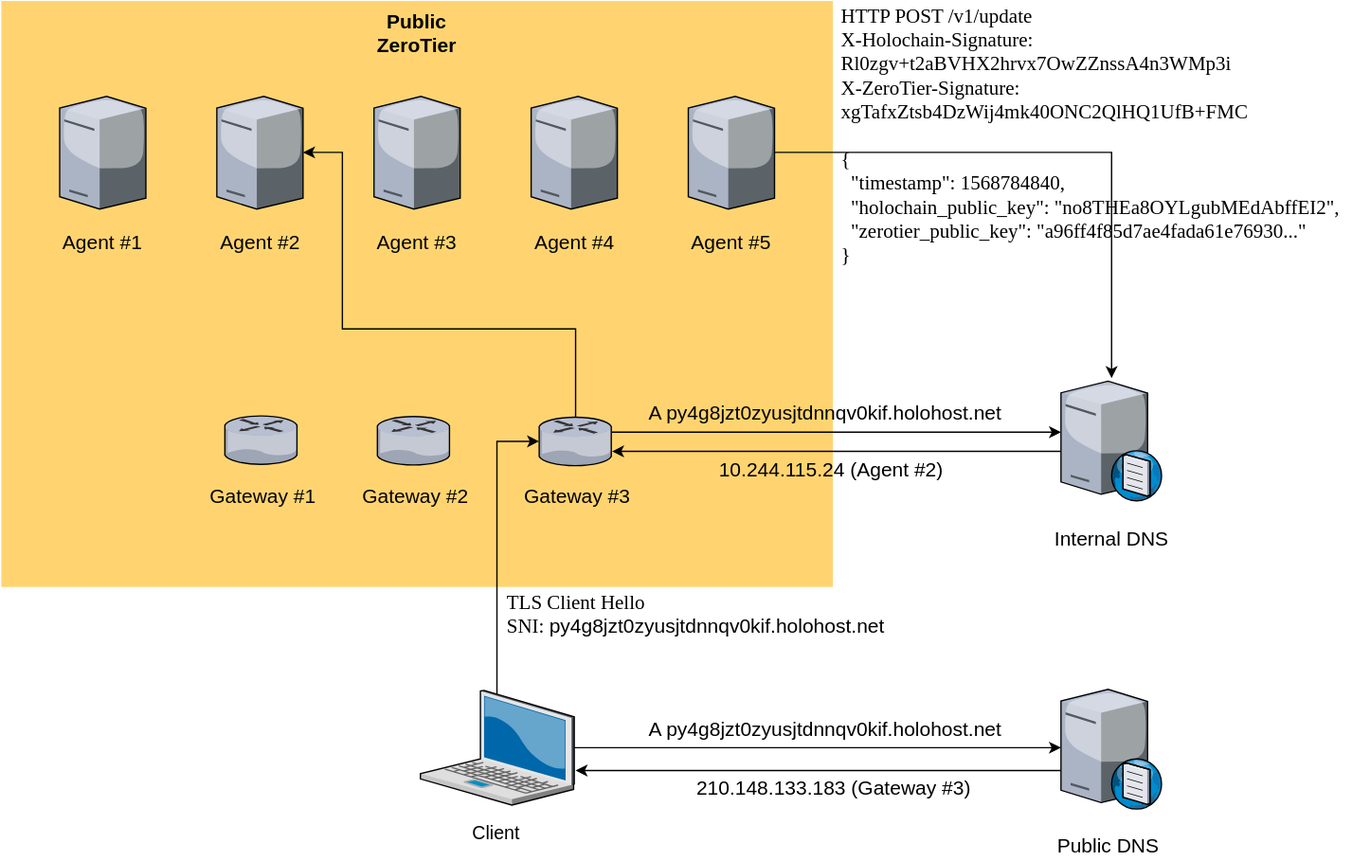
transumption-crypto/holo-router keeps this draw.io diagram as diagram.svg. Above is the earlier version. Source tidied: cells renumbered, new cells last; positions are measured from the earlier drawing's top-left corner, leaving out a move shared by most shapes.
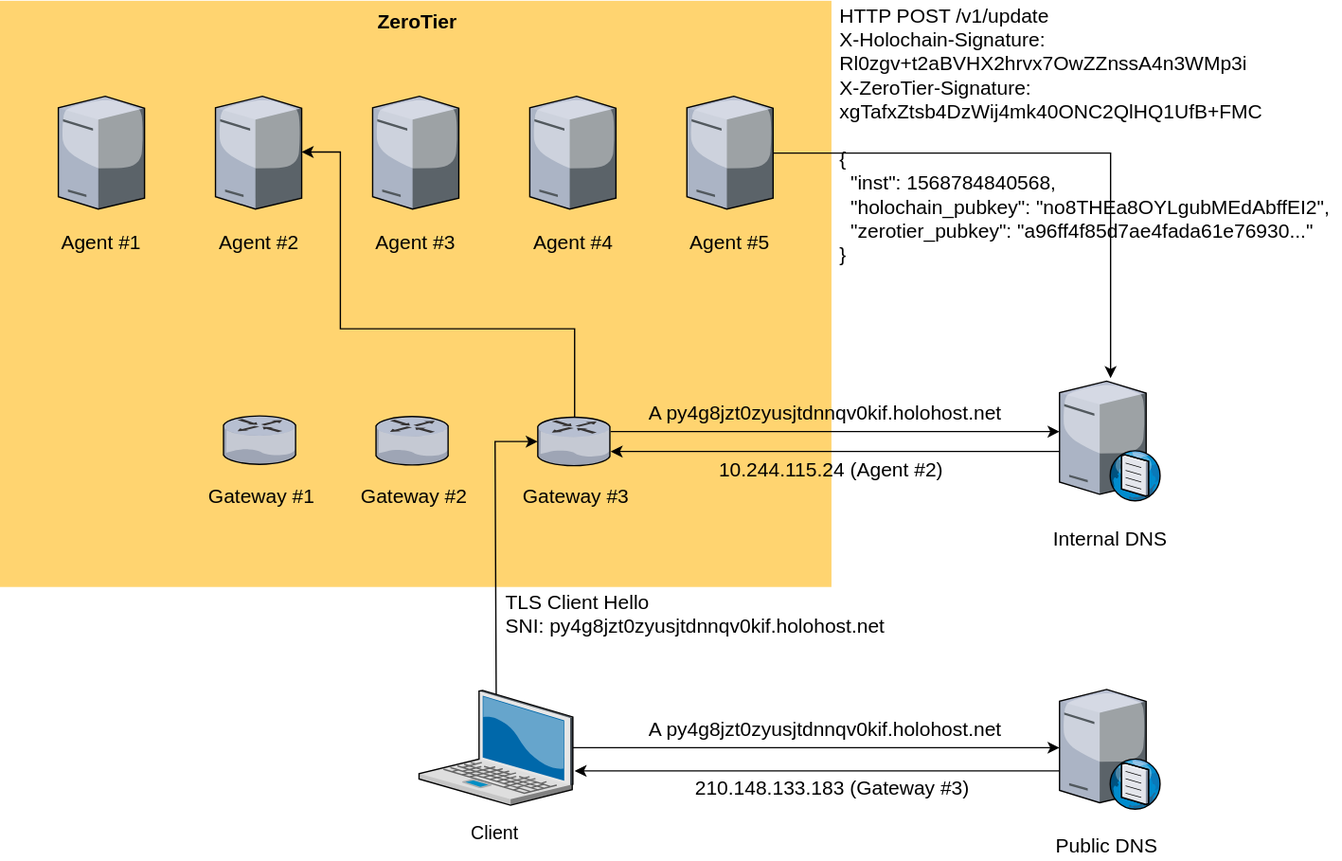
After the change.

Commit message:
Use Helvetica everywhere on diagram

Change to the diagram source:
```diff
@@ -2,7 +2,7 @@
   <root>
     <mxCell id="0" style="html=1;" />
     <mxCell id="1" style="html=1;" parent="0" />
-    <mxCell id="2" value="&lt;font style=&quot;font-size: 15px&quot;&gt;&lt;b&gt;Public ZeroTier&lt;/b&gt;&lt;/font&gt;" style="whiteSpace=wrap;html=1;fillColor=#FFD470;gradientColor=none;fontSize=14;strokeColor=none;verticalAlign=top;" parent="1" vertex="1">
+    <mxCell id="2" value="&lt;font style=&quot;font-size: 15px&quot;&gt;&lt;b&gt;ZeroTier&lt;/b&gt;&lt;/font&gt;" style="whiteSpace=wrap;html=1;fillColor=#FFD470;gradientColor=none;fontSize=14;strokeColor=none;verticalAlign=top;" parent="1" vertex="1">
       <mxGeometry x="0.5" width="627" height="442" as="geometry" />
     </mxCell>
     <mxCell id="3" style="edgeStyle=orthogonalEdgeStyle;rounded=0;jettySize=auto;html=1;fontSize=15;" parent="1" edge="1" source="5" target="29">
@@ -121,7 +121,7 @@
     <mxCell id="34" value="210.148.133.183 (Gateway #3)" style="text;html=1;align=center;verticalAlign=middle;fillColor=none;strokeColor=none;rounded=0;fontSize=15;" parent="1" vertex="1">
       <mxGeometry x="519.5" y="583" width="210" height="20" as="geometry" />
     </mxCell>
-    <mxCell id="35" value="TLS Client Hello&lt;br&gt;SNI:&amp;nbsp;&lt;span style=&quot;font-family: &amp;#34;helvetica&amp;#34;&quot;&gt;py4g8jzt0zyusjtdnnqv0kif.holohost.net&lt;/span&gt;" style="text;html=1;align=left;verticalAlign=middle;fillColor=none;strokeColor=none;rounded=0;fontFamily=Lucida Console;fontSize=15;" parent="1" vertex="1">
+    <mxCell id="35" value="&lt;font face=&quot;Helvetica&quot;&gt;TLS Client Hello&lt;br&gt;SNI:&amp;nbsp;py4g8jzt0zyusjtdnnqv0kif.holohost.net&lt;/font&gt;" style="text;html=1;align=left;verticalAlign=middle;fillColor=none;strokeColor=none;rounded=0;fontFamily=Lucida Console;fontSize=15;" parent="1" vertex="1">
       <mxGeometry x="380" y="442" width="300" height="40" as="geometry" />
     </mxCell>
     <mxCell id="36" value="A py4g8jzt0zyusjtdnnqv0kif.holohost.net" style="text;html=1;align=center;verticalAlign=middle;fillColor=none;strokeColor=none;rounded=0;fontSize=15;" parent="1" vertex="1">
@@ -138,8 +138,8 @@
     <mxCell id="38" value="10.244.115.24 (Agent #2)" style="text;html=1;align=center;verticalAlign=middle;fillColor=none;strokeColor=none;rounded=0;fontSize=15;" parent="1" vertex="1">
       <mxGeometry x="534.5" y="343" width="180" height="20" as="geometry" />
     </mxCell>
-    <mxCell id="39" value="HTTP POST /v1/update&lt;br&gt;X-Holochain-Signature:&lt;br&gt;Rl0zgv+t2aBVHX2hrvx7OwZZnssA4n3WMp3i&lt;br&gt;X-ZeroTier-Signature:&lt;br&gt;xgTafxZtsb4DzWij4mk40ONC2QlHQ1UfB+FMC&lt;br&gt;&lt;br&gt;{&lt;br&gt;&amp;nbsp; &quot;timestamp&quot;: 1568784840,&lt;br&gt;&amp;nbsp; &quot;holochain_public_key&quot;: &quot;no8THEa8OYLgubMEdAbffEI2&quot;,&lt;br&gt;&amp;nbsp; &quot;zerotier_public_key&quot;: &quot;a96ff4f85d7ae4fada61e76930...&quot;&lt;br&gt;}" style="text;html=1;align=left;verticalAlign=middle;fillColor=none;strokeColor=none;rounded=0;fontFamily=Lucida Console;fontSize=15;" parent="1" vertex="1">
-      <mxGeometry x="631.5" width="400" height="200" as="geometry" />
+    <mxCell id="39" value="&lt;font face=&quot;Helvetica&quot;&gt;HTTP POST /v1/update&lt;br&gt;X-Holochain-Signature:&lt;br&gt;Rl0zgv+t2aBVHX2hrvx7OwZZnssA4n3WMp3i&lt;br&gt;X-ZeroTier-Signature:&lt;br&gt;xgTafxZtsb4DzWij4mk40ONC2QlHQ1UfB+FMC&lt;br&gt;&lt;br&gt;{&lt;br&gt;&amp;nbsp; &quot;inst&quot;: 1568784840568,&lt;br&gt;&amp;nbsp; &quot;holochain_pubkey&quot;: &quot;no8THEa8OYLgubMEdAbffEI2&quot;,&lt;br&gt;&amp;nbsp; &quot;zerotier_pubkey&quot;: &quot;a96ff4f85d7ae4fada61e76930...&quot;&lt;br&gt;}&lt;/font&gt;" style="text;html=1;align=left;verticalAlign=middle;fillColor=none;strokeColor=none;rounded=0;fontFamily=Lucida Console;fontSize=15;" parent="1" vertex="1">
+      <mxGeometry x="631.5" width="380" height="200" as="geometry" />
     </mxCell>
   </root>
 </mxGraphModel>
```
